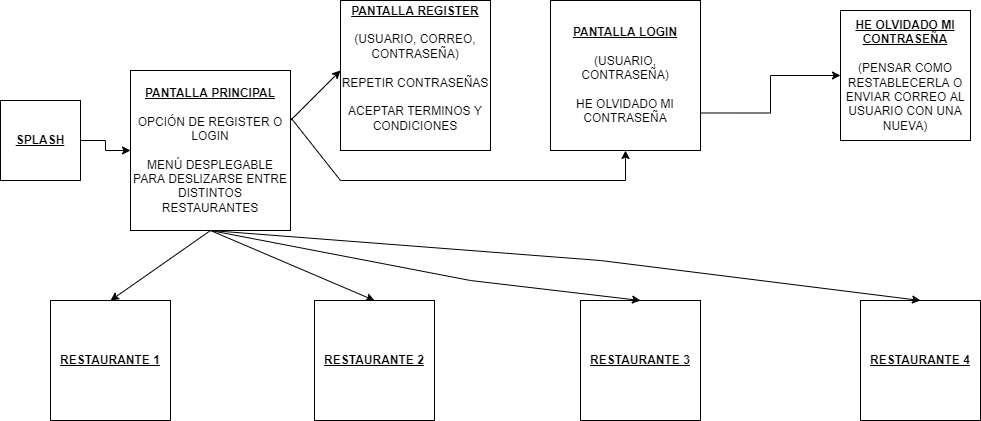
Before: Diagrama sin título.drawio.png, a diagram exported from draw.io (angelcriber99/jerou). Source tidied: cells renumbered, new cells last; positions are measured from the earlier drawing's top-left corner, leaving out a move shared by most shapes.
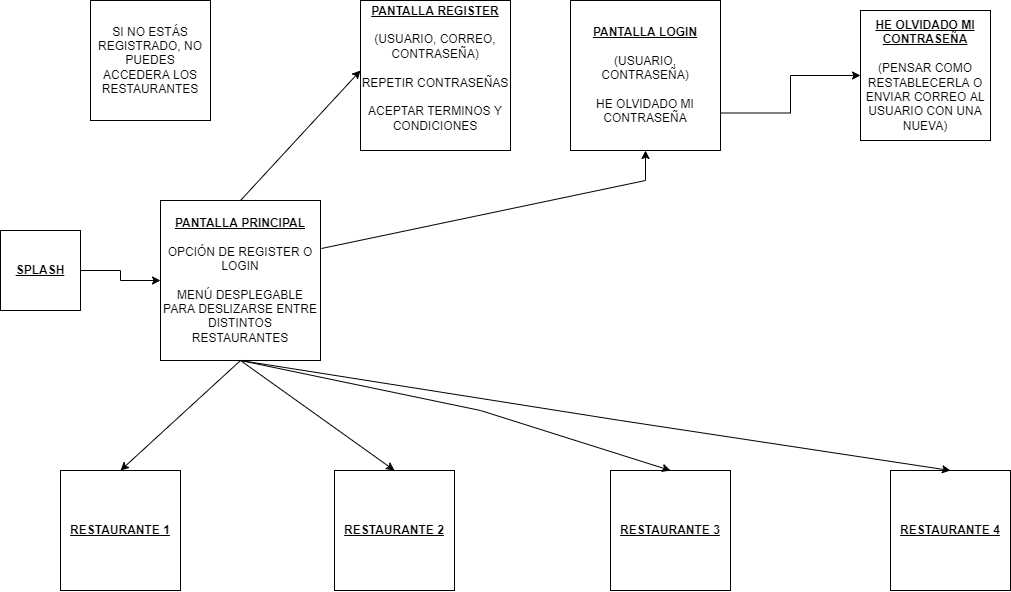
After the change.

Diff of the diagram source:
```diff
@@ -6,10 +6,10 @@
       <mxGeometry relative="1" as="geometry" />
     </mxCell>
     <mxCell id="3" value="&lt;b&gt;&lt;u&gt;SPLASH&lt;/u&gt;&lt;/b&gt;" style="whiteSpace=wrap;html=1;" parent="1" vertex="1">
-      <mxGeometry y="100" width="80" height="80" as="geometry" />
+      <mxGeometry x="-20" y="230" width="80" height="80" as="geometry" />
     </mxCell>
     <mxCell id="4" value="&lt;b&gt;&lt;u&gt;PANTALLA PRINCIPAL&lt;/u&gt;&lt;/b&gt;&lt;br&gt;&lt;br&gt;OPCIÓN DE REGISTER O LOGIN&lt;br&gt;&lt;br&gt;MENÚ DESPLEGABLE PARA DESLIZARSE ENTRE DISTINTOS RESTAURANTES" style="whiteSpace=wrap;html=1;" parent="1" vertex="1">
-      <mxGeometry x="130" y="70" width="160" height="160" as="geometry" />
+      <mxGeometry x="140" y="200" width="160" height="160" as="geometry" />
     </mxCell>
     <mxCell id="5" value="&lt;b&gt;&lt;u&gt;PANTALLA REGISTER&lt;/u&gt;&lt;/b&gt;&lt;br&gt;&lt;br&gt;(USUARIO, CORREO, CONTRASEÑA)&lt;br&gt;&lt;br&gt;REPETIR CONTRASEÑAS&lt;br&gt;&lt;br&gt;ACEPTAR TERMINOS Y CONDICIONES&lt;br&gt;&lt;br&gt;" style="whiteSpace=wrap;html=1;" parent="1" vertex="1">
       <mxGeometry x="340" width="150" height="150" as="geometry" />
@@ -21,55 +21,54 @@
       <mxGeometry x="550" width="150" height="150" as="geometry" />
     </mxCell>
     <mxCell id="8" value="&lt;b&gt;&lt;u&gt;RESTAURANTE 1&lt;/u&gt;&lt;/b&gt;" style="whiteSpace=wrap;html=1;" parent="1" vertex="1">
-      <mxGeometry x="50" y="300" width="120" height="120" as="geometry" />
+      <mxGeometry x="40" y="470" width="120" height="120" as="geometry" />
     </mxCell>
     <mxCell id="9" value="&lt;b&gt;&lt;u&gt;RESTAURANTE 2&lt;/u&gt;&lt;/b&gt;" style="whiteSpace=wrap;html=1;" parent="1" vertex="1">
-      <mxGeometry x="314" y="300" width="120" height="120" as="geometry" />
+      <mxGeometry x="314" y="470" width="120" height="120" as="geometry" />
     </mxCell>
     <mxCell id="10" style="endArrow=classic;html=1;rounded=0;exitX=1.006;exitY=0.3;exitDx=0;exitDy=0;exitPerimeter=0;entryX=0.5;entryY=1;entryDx=0;entryDy=0;" parent="1" edge="1" source="4" target="7">
       <mxGeometry relative="1" as="geometry">
         <Array as="points">
-          <mxPoint x="340" y="180" />
           <mxPoint x="625" y="180" />
         </Array>
       </mxGeometry>
     </mxCell>
-    <mxCell id="11" style="endArrow=classic;html=1;rounded=0;" parent="1" edge="1">
+    <mxCell id="11" style="endArrow=classic;html=1;rounded=0;exitX=0.5;exitY=0;exitDx=0;exitDy=0;" parent="1" edge="1" source="4">
       <mxGeometry relative="1" as="geometry">
-        <mxPoint x="290" y="120" as="sourcePoint" />
         <mxPoint x="340" y="70" as="targetPoint" />
       </mxGeometry>
     </mxCell>
     <mxCell id="12" value="&lt;b&gt;&lt;u&gt;RESTAURANTE 3&lt;/u&gt;&lt;/b&gt;" style="whiteSpace=wrap;html=1;" parent="1" vertex="1">
-      <mxGeometry x="580" y="300" width="120" height="120" as="geometry" />
+      <mxGeometry x="590" y="470" width="120" height="120" as="geometry" />
     </mxCell>
     <mxCell id="13" value="&lt;b&gt;&lt;u&gt;RESTAURANTE 4&lt;/u&gt;&lt;/b&gt;" style="whiteSpace=wrap;html=1;" parent="1" vertex="1">
-      <mxGeometry x="860" y="300" width="120" height="120" as="geometry" />
+      <mxGeometry x="870" y="470" width="120" height="120" as="geometry" />
     </mxCell>
     <mxCell id="14" style="endArrow=classic;html=1;rounded=0;exitX=0.5;exitY=1;exitDx=0;exitDy=0;entryX=0.5;entryY=0;entryDx=0;entryDy=0;" parent="1" edge="1" source="4" target="8">
       <mxGeometry relative="1" as="geometry" />
     </mxCell>
-    <mxCell id="15" style="endArrow=classic;html=1;rounded=0;entryX=0.5;entryY=0;entryDx=0;entryDy=0;" parent="1" edge="1" target="9">
-      <mxGeometry relative="1" as="geometry">
-        <mxPoint x="210" y="230" as="sourcePoint" />
-      </mxGeometry>
+    <mxCell id="15" style="endArrow=classic;html=1;rounded=0;entryX=0.5;entryY=0;entryDx=0;entryDy=0;exitX=0.5;exitY=1;exitDx=0;exitDy=0;" parent="1" edge="1" source="4" target="9">
+      <mxGeometry relative="1" as="geometry" />
     </mxCell>
     <mxCell id="16" style="endArrow=classic;html=1;rounded=0;exitX=0.5;exitY=1;exitDx=0;exitDy=0;entryX=0.5;entryY=0;entryDx=0;entryDy=0;" parent="1" edge="1" source="4" target="12">
       <mxGeometry relative="1" as="geometry">
         <Array as="points">
-          <mxPoint x="470" y="280" />
+          <mxPoint x="460" y="410" />
         </Array>
       </mxGeometry>
     </mxCell>
     <mxCell id="17" style="endArrow=classic;html=1;rounded=0;exitX=0.5;exitY=1;exitDx=0;exitDy=0;entryX=0.5;entryY=0;entryDx=0;entryDy=0;" parent="1" edge="1" source="4" target="13">
       <mxGeometry relative="1" as="geometry">
         <Array as="points">
-          <mxPoint x="600" y="260" />
+          <mxPoint x="600" y="420" />
         </Array>
       </mxGeometry>
     </mxCell>
     <mxCell id="18" value="&lt;b&gt;&lt;u&gt;HE OLVIDADO MI CONTRASEÑA&lt;/u&gt;&lt;/b&gt;&lt;br&gt;&lt;br&gt;(PENSAR COMO RESTABLECERLA O ENVIAR CORREO AL USUARIO CON UNA NUEVA)" style="whiteSpace=wrap;html=1;" parent="1" vertex="1">
       <mxGeometry x="840" y="10" width="130" height="130" as="geometry" />
     </mxCell>
+    <mxCell id="19" value="SI NO ESTÁS REGISTRADO, NO PUEDES ACCEDERA LOS RESTAURANTES" style="whiteSpace=wrap;html=1;" parent="1" vertex="1">
+      <mxGeometry x="70" width="120" height="120" as="geometry" />
+    </mxCell>
   </root>
 </mxGraphModel>
```
